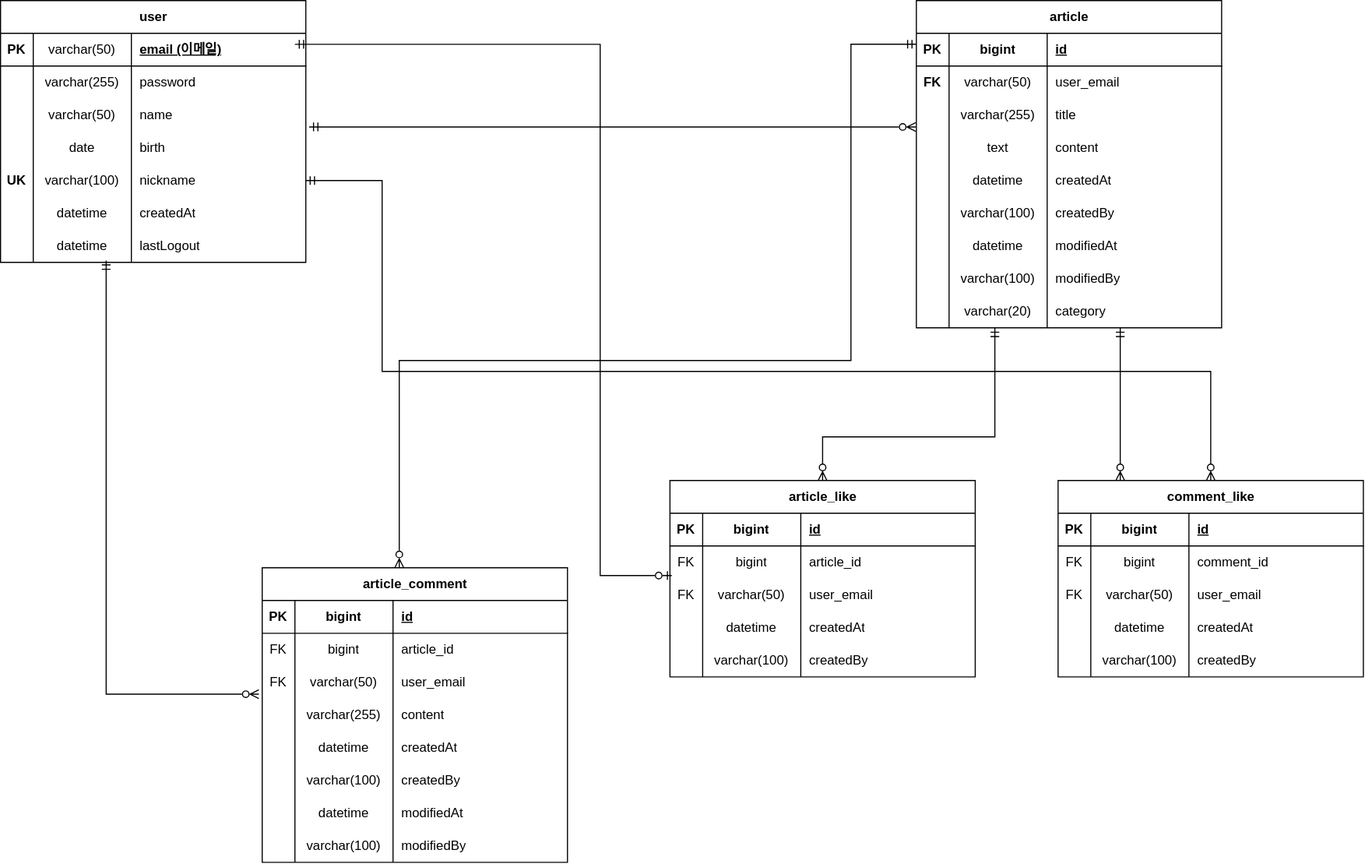
Before: back/src/main/resources/ERD.svg, a diagram exported from draw.io (6810779s/board-fullstack-pjt). Source tidied: cells renumbered, new cells last; positions are measured from the earlier drawing's top-left corner, leaving out a move shared by most shapes.
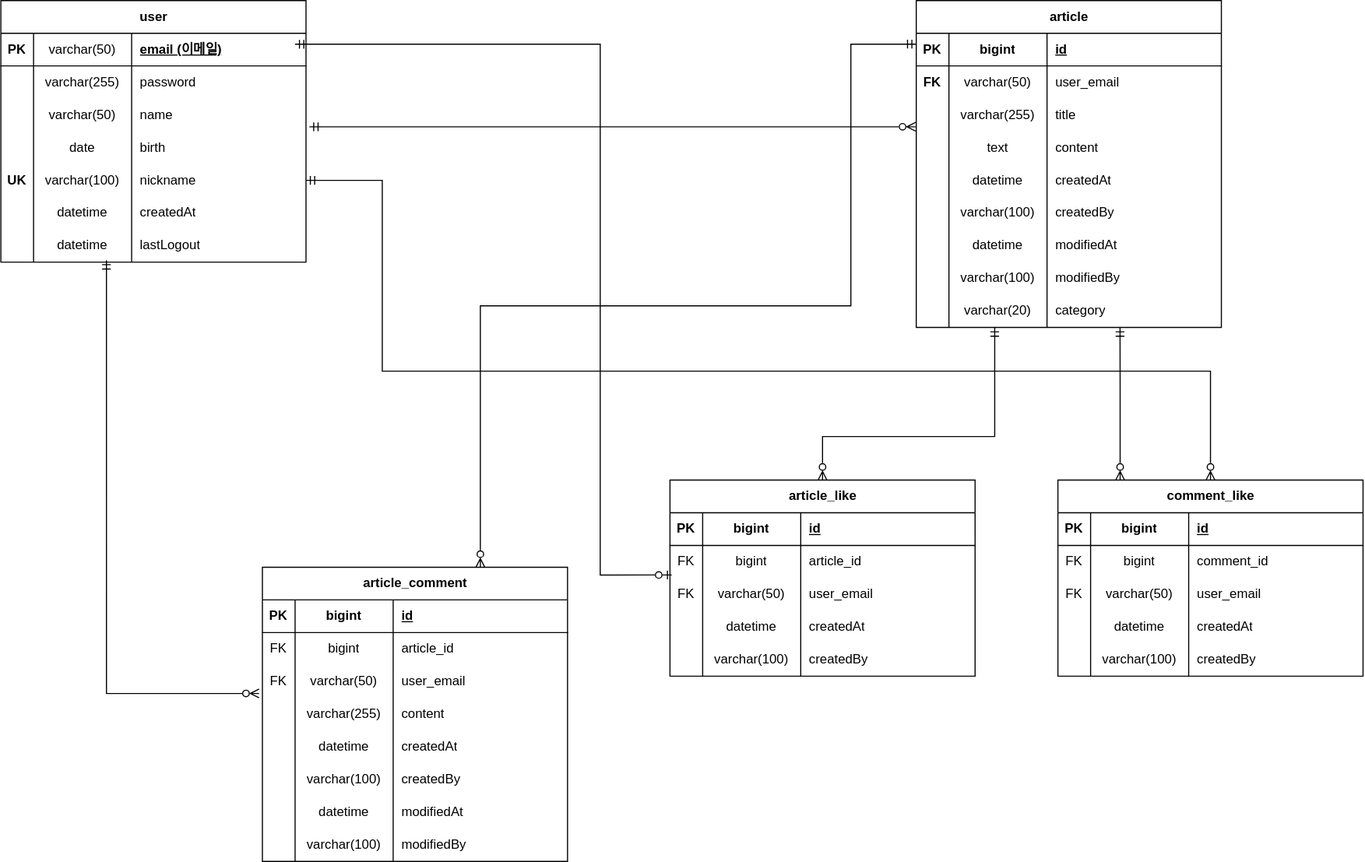
Later version of the same file.

Commit message:
[feat] erd 화살표 정리

Change to the diagram source:
```diff
@@ -440,13 +440,13 @@
         </Array>
       </mxGeometry>
     </mxCell>
-    <mxCell id="145" style="edgeStyle=orthogonalEdgeStyle;rounded=0;jettySize=auto;html=1;entryX=0.449;entryY=-0.001;entryDx=0;entryDy=0;startArrow=ERmandOne;startFill=0;endArrow=ERzeroToMany;endFill=0;entryPerimeter=0;" parent="1" edge="1" target="68">
+    <mxCell id="145" style="edgeStyle=orthogonalEdgeStyle;rounded=0;jettySize=auto;html=1;startArrow=ERmandOne;startFill=0;endArrow=ERzeroToMany;endFill=0;" parent="1" edge="1" target="68">
       <mxGeometry relative="1" as="geometry">
         <mxPoint x="840" y="40" as="sourcePoint" />
         <Array as="points">
           <mxPoint x="780" y="40" />
-          <mxPoint x="780" y="330" />
-          <mxPoint x="366" y="330" />
+          <mxPoint x="780" y="280" />
+          <mxPoint x="440" y="280" />
         </Array>
       </mxGeometry>
     </mxCell>
```
